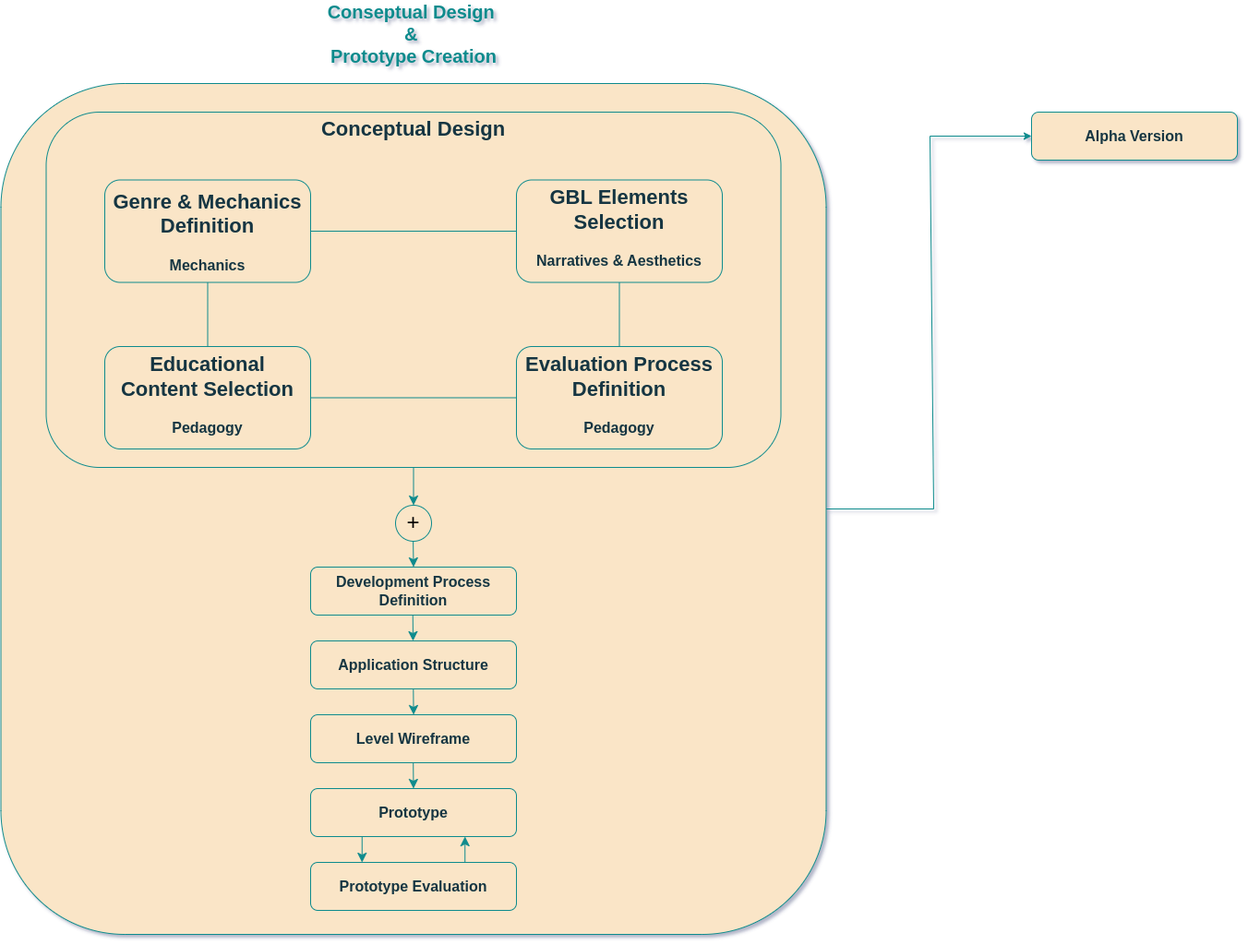
Earlier version of the draw.io export chapter-6/image001_design_flow.png (StelTheo73/thesis-docs). Source tidied: cells renumbered, new cells last; positions are measured from the earlier drawing's top-left corner, leaving out a move shared by most shapes.
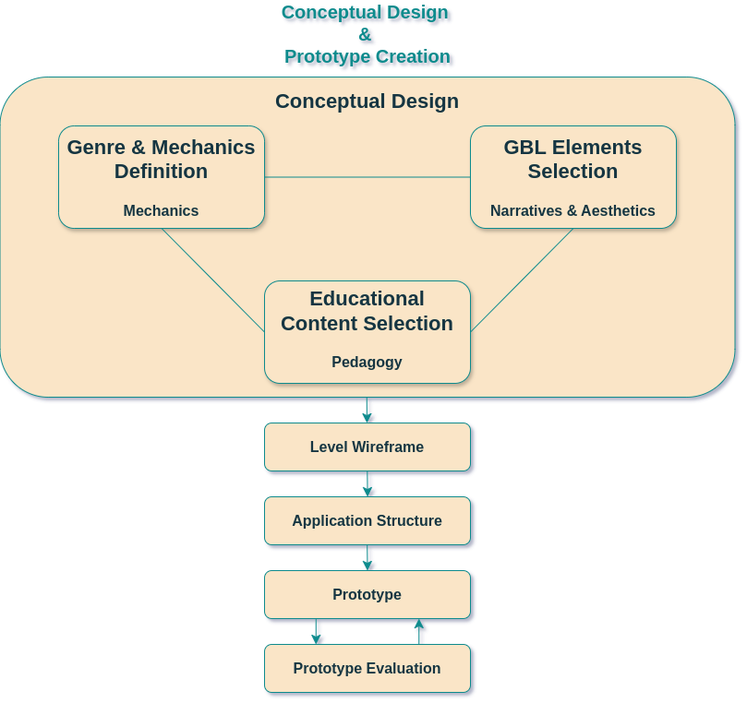
After the commit.

Commit message:
docs: remove evaluation from conceptual design

What changed in the source:
```diff
@@ -2,132 +2,89 @@
   <root>
     <mxCell id="0" />
     <mxCell id="1" parent="0" />
-    <mxCell id="2" style="rounded=1;whiteSpace=wrap;html=1;strokeColor=#0F8B8D;fillColor=#FAE5C7;" parent="1" vertex="1">
-      <mxGeometry x="-0.5" y="69" width="894" height="922" as="geometry" />
-    </mxCell>
+    <mxCell id="22" style="rounded=1;whiteSpace=wrap;html=1;labelBackgroundColor=none;fillColor=#FAE5C7;strokeColor=#0F8B8D;fontColor=#143642;" parent="1" vertex="1">
+      <mxGeometry x="335" y="501" width="223" height="52" as="geometry" />
+    </mxCell>
     <mxCell id="3" style="rounded=1;whiteSpace=wrap;html=1;labelBackgroundColor=none;fillColor=#FAE5C7;strokeColor=#0F8B8D;fontColor=#143642;" parent="1" vertex="1">
-      <mxGeometry x="48.5" y="100" width="796" height="385" as="geometry" />
+      <mxGeometry x="48.5" y="126" width="796" height="347" as="geometry" />
     </mxCell>
-    <mxCell id="4" style="rounded=1;whiteSpace=wrap;html=1;labelBackgroundColor=none;fillColor=#FAE5C7;strokeColor=#0F8B8D;fontColor=#143642;" parent="1" vertex="1">
-      <mxGeometry x="335" y="593" width="223" height="52" as="geometry" />
-    </mxCell>
-    <mxCell id="5" value="&lt;b&gt;Development Process Definition&lt;/b&gt;" style="text;html=1;align=center;verticalAlign=middle;whiteSpace=wrap;rounded=0;fillColor=none;fontSize=16;labelBackgroundColor=none;fontColor=#143642;" parent="1" vertex="1">
-      <mxGeometry x="339" y="604" width="215" height="30" as="geometry" />
-    </mxCell>
     <mxCell id="6" style="rounded=1;whiteSpace=wrap;html=1;labelBackgroundColor=none;fillColor=#FAE5C7;strokeColor=#0F8B8D;fontColor=#143642;" parent="1" vertex="1">
-      <mxGeometry x="335" y="753" width="223" height="52" as="geometry" />
+      <mxGeometry x="335" y="581" width="223" height="52" as="geometry" />
     </mxCell>
     <mxCell id="7" value="&lt;b&gt;&lt;font style=&quot;font-size: 16px;&quot;&gt;Level Wireframe&lt;/font&gt;&lt;/b&gt;" style="text;html=1;align=center;verticalAlign=middle;whiteSpace=wrap;rounded=0;labelBackgroundColor=none;fontColor=#143642;" parent="1" vertex="1">
-      <mxGeometry x="339" y="764" width="215" height="30" as="geometry" />
+      <mxGeometry x="339" y="512" width="215" height="30" as="geometry" />
     </mxCell>
     <mxCell id="8" style="rounded=1;whiteSpace=wrap;html=1;labelBackgroundColor=none;fillColor=#FAE5C7;strokeColor=#0F8B8D;fontColor=#143642;" parent="1" vertex="1">
-      <mxGeometry x="335" y="833" width="223" height="52" as="geometry" />
+      <mxGeometry x="335" y="661" width="223" height="52" as="geometry" />
     </mxCell>
     <mxCell id="9" value="&lt;b&gt;&lt;font style=&quot;font-size: 16px;&quot;&gt;Prototype&lt;/font&gt;&lt;/b&gt;" style="text;html=1;align=center;verticalAlign=middle;whiteSpace=wrap;rounded=0;labelBackgroundColor=none;fontColor=#143642;" parent="1" vertex="1">
-      <mxGeometry x="339" y="844" width="215" height="30" as="geometry" />
+      <mxGeometry x="339" y="672" width="215" height="30" as="geometry" />
     </mxCell>
     <mxCell id="10" style="rounded=1;whiteSpace=wrap;html=1;labelBackgroundColor=none;fillColor=#FAE5C7;strokeColor=#0F8B8D;fontColor=#143642;" parent="1" vertex="1">
-      <mxGeometry x="335" y="913" width="223" height="52" as="geometry" />
+      <mxGeometry x="335" y="741" width="223" height="52" as="geometry" />
     </mxCell>
     <mxCell id="11" value="&lt;b&gt;&lt;font style=&quot;font-size: 16px;&quot;&gt;Prototype Evaluation&lt;/font&gt;&lt;/b&gt;" style="text;html=1;align=center;verticalAlign=middle;whiteSpace=wrap;rounded=0;labelBackgroundColor=none;fontColor=#143642;" parent="1" vertex="1">
-      <mxGeometry x="339" y="924" width="215" height="30" as="geometry" />
+      <mxGeometry x="339" y="752" width="215" height="30" as="geometry" />
     </mxCell>
     <mxCell id="12" style="endArrow=classic;html=1;rounded=0;strokeColor=light-dark(#0f8b8d, #0F8B8D);fontSize=12;fontColor=#143642;startSize=8;endSize=8;curved=1;fillColor=#FAE5C7;exitX=0.5;exitY=1;exitDx=0;exitDy=0;" parent="1" edge="1">
       <mxGeometry relative="1" as="geometry">
-        <mxPoint x="445.7" y="645" as="sourcePoint" />
-        <mxPoint x="446" y="673" as="targetPoint" />
+        <mxPoint x="445.7" y="473" as="sourcePoint" />
+        <mxPoint x="446" y="501" as="targetPoint" />
       </mxGeometry>
     </mxCell>
     <mxCell id="13" style="endArrow=classic;html=1;rounded=0;strokeColor=light-dark(#0f8b8d, #0F8B8D);fontSize=12;fontColor=#143642;startSize=8;endSize=8;curved=1;fillColor=#FAE5C7;exitX=0.5;exitY=1;exitDx=0;exitDy=0;" parent="1" edge="1">
       <mxGeometry relative="1" as="geometry">
-        <mxPoint x="446.2" y="805" as="sourcePoint" />
-        <mxPoint x="446.5" y="833" as="targetPoint" />
+        <mxPoint x="446.2" y="633" as="sourcePoint" />
+        <mxPoint x="446.5" y="661" as="targetPoint" />
       </mxGeometry>
     </mxCell>
     <mxCell id="14" style="endArrow=classic;html=1;rounded=0;strokeColor=light-dark(#0f8b8d, #121212);fontSize=12;fontColor=#143642;startSize=8;endSize=8;curved=1;fillColor=#FAE5C7;exitX=0.25;exitY=1;exitDx=0;exitDy=0;entryX=0.25;entryY=0;entryDx=0;entryDy=0;" parent="1" edge="1" source="8" target="10">
       <mxGeometry relative="1" as="geometry" />
     </mxCell>
-    <mxCell id="15" style="rounded=1;whiteSpace=wrap;html=1;labelBackgroundColor=none;fillColor=#FAE5C7;strokeColor=#0F8B8D;fontColor=#143642;" parent="1" vertex="1">
-      <mxGeometry x="1116" y="100" width="223" height="52" as="geometry" />
-    </mxCell>
-    <mxCell id="16" value="&lt;span style=&quot;font-size: 16px;&quot;&gt;&lt;b&gt;Alpha Version&lt;/b&gt;&lt;/span&gt;" style="text;html=1;align=center;verticalAlign=middle;whiteSpace=wrap;rounded=0;labelBackgroundColor=none;fontColor=#143642;" parent="1" vertex="1">
-      <mxGeometry x="1120" y="111" width="215" height="30" as="geometry" />
-    </mxCell>
     <mxCell id="17" style="endArrow=classic;html=1;rounded=0;strokeColor=light-dark(#0f8b8d, #ffa19c);fontSize=12;fontColor=#143642;startSize=8;endSize=8;curved=1;fillColor=#FAE5C7;entryX=0.75;entryY=1;entryDx=0;entryDy=0;exitX=0.75;exitY=0;exitDx=0;exitDy=0;" parent="1" edge="1" source="10" target="8">
       <mxGeometry relative="1" as="geometry" />
     </mxCell>
-    <mxCell id="18" value="&lt;font&gt;&lt;b&gt;Conseptual Design&amp;nbsp;&lt;/b&gt;&lt;/font&gt;&lt;div&gt;&lt;font&gt;&lt;b&gt;&amp;amp;&amp;nbsp;&lt;/b&gt;&lt;/font&gt;&lt;/div&gt;&lt;div&gt;&lt;font&gt;&lt;b&gt;Prototype Creation&lt;/b&gt;&lt;/font&gt;&lt;/div&gt;" style="text;html=1;align=center;verticalAlign=middle;whiteSpace=wrap;rounded=0;fontColor=light-dark(#0f8b8d, #adcad5);fontSize=20;" parent="1" vertex="1">
-      <mxGeometry x="316.5" width="260" height="30" as="geometry" />
+    <mxCell id="18" value="&lt;font&gt;&lt;b&gt;Conceptual Design&amp;nbsp;&lt;/b&gt;&lt;/font&gt;&lt;div&gt;&lt;font&gt;&lt;b&gt;&amp;amp;&amp;nbsp;&lt;/b&gt;&lt;/font&gt;&lt;/div&gt;&lt;div&gt;&lt;font&gt;&lt;b&gt;Prototype Creation&lt;/b&gt;&lt;/font&gt;&lt;/div&gt;" style="text;html=1;align=center;verticalAlign=middle;whiteSpace=wrap;rounded=0;fontColor=light-dark(#0f8b8d, #adcad5);fontSize=20;" parent="1" vertex="1">
+      <mxGeometry x="316.5" y="64" width="260" height="30" as="geometry" />
     </mxCell>
-    <mxCell id="19" value="+" style="ellipse;whiteSpace=wrap;html=1;direction=south;fillColor=#FAE5C7;strokeColor=#0F8B8D;fontSize=24;" parent="1" vertex="1">
-      <mxGeometry x="427" y="526" width="39" height="39" as="geometry" />
-    </mxCell>
-    <mxCell id="20" style="endArrow=classic;html=1;rounded=0;strokeColor=light-dark(#0f8b8d, #0F8B8D);fontSize=12;fontColor=#143642;startSize=8;endSize=8;curved=1;fillColor=#FAE5C7;exitX=0.5;exitY=1;exitDx=0;exitDy=0;entryX=0.5;entryY=0;entryDx=0;entryDy=0;" parent="1" edge="1" target="4">
-      <mxGeometry relative="1" as="geometry">
-        <mxPoint x="446.1" y="565" as="sourcePoint" />
-      </mxGeometry>
-    </mxCell>
-    <mxCell id="21" style="endArrow=classic;html=1;rounded=0;entryX=0;entryY=0.5;entryDx=0;entryDy=0;exitX=1;exitY=0.5;exitDx=0;exitDy=0;strokeColor=#0F8B8D;" parent="1" edge="1" source="2" target="15">
-      <mxGeometry relative="1" as="geometry">
-        <Array as="points">
-          <mxPoint x="1010" y="530" />
-          <mxPoint x="1006" y="126" />
-        </Array>
-      </mxGeometry>
-    </mxCell>
-    <mxCell id="22" style="rounded=1;whiteSpace=wrap;html=1;labelBackgroundColor=none;fillColor=#FAE5C7;strokeColor=#0F8B8D;fontColor=#143642;" parent="1" vertex="1">
-      <mxGeometry x="335" y="673" width="223" height="52" as="geometry" />
-    </mxCell>
     <mxCell id="23" value="&lt;span style=&quot;font-size: 16px;&quot;&gt;&lt;b&gt;Application Structure&lt;/b&gt;&lt;/span&gt;" style="text;html=1;align=center;verticalAlign=middle;whiteSpace=wrap;rounded=0;labelBackgroundColor=none;fontColor=#143642;" parent="1" vertex="1">
-      <mxGeometry x="339" y="684" width="215" height="30" as="geometry" />
+      <mxGeometry x="339" y="592" width="215" height="30" as="geometry" />
     </mxCell>
     <mxCell id="24" style="endArrow=classic;html=1;rounded=0;strokeColor=light-dark(#0f8b8d, #0F8B8D);fontSize=12;fontColor=#143642;startSize=8;endSize=8;curved=1;fillColor=#FAE5C7;exitX=0.5;exitY=1;exitDx=0;exitDy=0;" parent="1" edge="1">
       <mxGeometry relative="1" as="geometry">
-        <mxPoint x="446.3" y="725" as="sourcePoint" />
-        <mxPoint x="446.6" y="753" as="targetPoint" />
+        <mxPoint x="446.3" y="553" as="sourcePoint" />
+        <mxPoint x="446.6" y="581" as="targetPoint" />
       </mxGeometry>
     </mxCell>
-    <mxCell id="25" style="rounded=1;whiteSpace=wrap;html=1;labelBackgroundColor=none;fillColor=#FAE5C7;strokeColor=#0F8B8D;fontColor=#143642;" parent="1" vertex="1">
-      <mxGeometry x="112" y="173.5" width="223" height="111" as="geometry" />
+    <mxCell id="25" style="rounded=1;whiteSpace=wrap;html=1;labelBackgroundColor=none;fillColor=#FAE5C7;strokeColor=#0F8B8D;fontColor=#143642;shadow=1;" parent="1" vertex="1">
+      <mxGeometry x="112" y="179" width="223" height="111" as="geometry" />
     </mxCell>
     <mxCell id="26" value="&lt;b style=&quot;&quot;&gt;&lt;font style=&quot;font-size: 22px;&quot;&gt;Genre &amp;amp; Mechanics Definition&lt;/font&gt;&lt;/b&gt;&lt;br&gt;&lt;div&gt;&lt;b&gt;&lt;br&gt;&lt;/b&gt;&lt;/div&gt;&lt;div&gt;&lt;b&gt;Mechanics&lt;/b&gt;&lt;/div&gt;" style="text;html=1;align=center;verticalAlign=middle;whiteSpace=wrap;rounded=0;fillColor=none;fontSize=16;labelBackgroundColor=none;fontColor=#143642;" parent="1" vertex="1">
-      <mxGeometry x="116" y="214.5" width="215" height="30" as="geometry" />
+      <mxGeometry x="116" y="219.5" width="215" height="30" as="geometry" />
     </mxCell>
-    <mxCell id="27" style="rounded=1;whiteSpace=wrap;html=1;labelBackgroundColor=none;fillColor=#FAE5C7;strokeColor=#0F8B8D;fontColor=#143642;" parent="1" vertex="1">
-      <mxGeometry x="112" y="354" width="223" height="111" as="geometry" />
+    <mxCell id="27" style="rounded=1;whiteSpace=wrap;html=1;labelBackgroundColor=none;fillColor=#FAE5C7;strokeColor=#0F8B8D;fontColor=#143642;shadow=1;" parent="1" vertex="1">
+      <mxGeometry x="335" y="347" width="223" height="111" as="geometry" />
     </mxCell>
     <mxCell id="28" value="&lt;span style=&quot;font-size: 22px;&quot;&gt;&lt;b&gt;Educational Content Selection&lt;/b&gt;&lt;/span&gt;&lt;br&gt;&lt;div&gt;&lt;b&gt;&lt;br&gt;&lt;/b&gt;&lt;/div&gt;&lt;div&gt;&lt;b&gt;Pedagogy&lt;/b&gt;&lt;/div&gt;&lt;div&gt;&lt;br&gt;&lt;/div&gt;" style="text;html=1;align=center;verticalAlign=middle;whiteSpace=wrap;rounded=0;fillColor=none;fontSize=16;labelBackgroundColor=none;fontColor=#143642;" parent="1" vertex="1">
-      <mxGeometry x="116" y="400.5" width="215" height="30" as="geometry" />
+      <mxGeometry x="339" y="393.5" width="215" height="30" as="geometry" />
     </mxCell>
-    <mxCell id="29" style="rounded=1;whiteSpace=wrap;html=1;labelBackgroundColor=none;fillColor=#FAE5C7;strokeColor=#0F8B8D;fontColor=#143642;" parent="1" vertex="1">
-      <mxGeometry x="558" y="354" width="223" height="111" as="geometry" />
-    </mxCell>
-    <mxCell id="30" value="&lt;span style=&quot;font-size: 22px;&quot;&gt;&lt;b&gt;Evaluation Process Definition&lt;/b&gt;&lt;/span&gt;&lt;br&gt;&lt;div&gt;&lt;b&gt;&lt;br&gt;&lt;/b&gt;&lt;/div&gt;&lt;div&gt;&lt;b&gt;Pedagogy&lt;/b&gt;&lt;/div&gt;&lt;div&gt;&lt;br&gt;&lt;/div&gt;" style="text;html=1;align=center;verticalAlign=middle;whiteSpace=wrap;rounded=0;fillColor=none;fontSize=16;labelBackgroundColor=none;fontColor=#143642;" parent="1" vertex="1">
-      <mxGeometry x="562" y="400.5" width="215" height="30" as="geometry" />
-    </mxCell>
-    <mxCell id="31" style="rounded=1;whiteSpace=wrap;html=1;labelBackgroundColor=none;fillColor=#FAE5C7;strokeColor=#0F8B8D;fontColor=#143642;" parent="1" vertex="1">
-      <mxGeometry x="558" y="173.5" width="223" height="111" as="geometry" />
+    <mxCell id="31" style="rounded=1;whiteSpace=wrap;html=1;labelBackgroundColor=none;fillColor=#FAE5C7;strokeColor=#0F8B8D;fontColor=#143642;shadow=1;" parent="1" vertex="1">
+      <mxGeometry x="558" y="179" width="223" height="111" as="geometry" />
     </mxCell>
-    <mxCell id="32" value="&lt;b style=&quot;&quot;&gt;&lt;font style=&quot;font-size: 22px;&quot;&gt;GBL Elements Selection&lt;/font&gt;&lt;/b&gt;&lt;br&gt;&lt;div&gt;&lt;b&gt;&lt;br&gt;&lt;/b&gt;&lt;/div&gt;&lt;div&gt;&lt;b&gt;Narratives &amp;amp; Aesthetics&lt;/b&gt;&lt;/div&gt;&lt;div&gt;&lt;br&gt;&lt;/div&gt;" style="text;html=1;align=center;verticalAlign=middle;whiteSpace=wrap;rounded=0;fillColor=none;fontSize=16;labelBackgroundColor=none;fontColor=#143642;" parent="1" vertex="1">
-      <mxGeometry x="562" y="220" width="215" height="30" as="geometry" />
+    <mxCell id="32" value="&lt;b style=&quot;&quot;&gt;&lt;font style=&quot;font-size: 22px;&quot;&gt;GBL Elements Selection&lt;/font&gt;&lt;/b&gt;&lt;br&gt;&lt;div&gt;&lt;b&gt;&lt;br&gt;&lt;/b&gt;&lt;/div&gt;&lt;div&gt;&lt;b&gt;Narratives &amp;amp; Aesthetics&lt;/b&gt;&lt;/div&gt;" style="text;html=1;align=center;verticalAlign=middle;whiteSpace=wrap;rounded=0;fillColor=none;fontSize=16;labelBackgroundColor=none;fontColor=#143642;" parent="1" vertex="1">
+      <mxGeometry x="562" y="219.5" width="215" height="30" as="geometry" />
     </mxCell>
-    <mxCell id="33" style="endArrow=none;html=1;rounded=0;entryX=0;entryY=0.5;entryDx=0;entryDy=0;exitX=1;exitY=0.5;exitDx=0;exitDy=0;strokeColor=#0F8B8D;" parent="1" edge="1" source="27" target="29">
-      <mxGeometry relative="1" as="geometry" />
-    </mxCell>
-    <mxCell id="34" style="endArrow=none;html=1;rounded=0;entryX=0.5;entryY=1;entryDx=0;entryDy=0;exitX=0.5;exitY=0;exitDx=0;exitDy=0;strokeColor=#0F8B8D;" parent="1" edge="1" source="27" target="25">
-      <mxGeometry relative="1" as="geometry" />
-    </mxCell>
+    <mxCell id="36" value="&lt;span style=&quot;font-size: 22px;&quot;&gt;&lt;b&gt;Conceptual Design&lt;/b&gt;&lt;/span&gt;" style="text;html=1;align=center;verticalAlign=middle;whiteSpace=wrap;rounded=0;fillColor=none;fontSize=16;labelBackgroundColor=none;fontColor=#143642;" parent="1" vertex="1">
+      <mxGeometry x="339" y="138" width="215" height="30" as="geometry" />
+    </mxCell>
+    <mxCell id="39" style="endArrow=none;html=1;rounded=0;exitX=1;exitY=0.5;exitDx=0;exitDy=0;entryX=0.5;entryY=1;entryDx=0;entryDy=0;strokeColor=#0F8B8D;" parent="1" edge="1" source="27" target="31">
+      <mxGeometry relative="1" as="geometry" />
+    </mxCell>
+    <mxCell id="40" style="endArrow=none;html=1;rounded=0;exitX=0.5;exitY=1;exitDx=0;exitDy=0;entryX=0;entryY=0.5;entryDx=0;entryDy=0;strokeColor=#0F8B8D;" parent="1" edge="1" source="25" target="27">
+      <mxGeometry relative="1" as="geometry" />
+    </mxCell>
     <mxCell id="35" style="endArrow=none;html=1;rounded=0;entryX=0;entryY=0.5;entryDx=0;entryDy=0;exitX=1;exitY=0.5;exitDx=0;exitDy=0;strokeColor=#0F8B8D;" parent="1" edge="1" source="25" target="31">
       <mxGeometry relative="1" as="geometry" />
     </mxCell>
-    <mxCell id="36" value="&lt;span style=&quot;font-size: 22px;&quot;&gt;&lt;b&gt;Conceptual Design&lt;/b&gt;&lt;/span&gt;" style="text;html=1;align=center;verticalAlign=middle;whiteSpace=wrap;rounded=0;fillColor=none;fontSize=16;labelBackgroundColor=none;fontColor=#143642;" parent="1" vertex="1">
-      <mxGeometry x="339" y="104" width="215" height="30" as="geometry" />
-    </mxCell>
-    <mxCell id="37" style="endArrow=classic;html=1;rounded=0;strokeColor=light-dark(#0f8b8d, #0F8B8D);fontSize=12;fontColor=#143642;startSize=8;endSize=8;curved=1;fillColor=#FAE5C7;exitX=0.5;exitY=1;exitDx=0;exitDy=0;entryX=0;entryY=0.5;entryDx=0;entryDy=0;" parent="1" edge="1" source="3" target="19">
-      <mxGeometry relative="1" as="geometry" />
-    </mxCell>
-    <mxCell id="38" style="endArrow=none;html=1;rounded=0;entryX=0.5;entryY=0;entryDx=0;entryDy=0;strokeColor=#0F8B8D;exitX=0.5;exitY=1;exitDx=0;exitDy=0;" parent="1" edge="1" source="31" target="29">
-      <mxGeometry relative="1" as="geometry" />
-    </mxCell>
   </root>
 </mxGraphModel>
```
